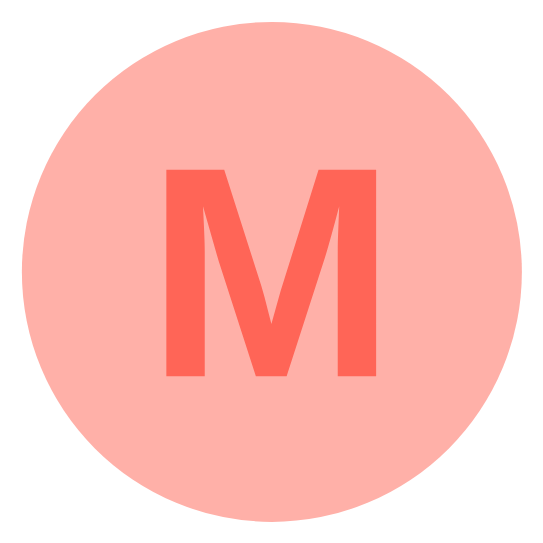
lideming/MusicCloud keeps this draw.io diagram as resources/app_icon.drawio. Above is the earlier version. Source tidied: cells renumbered, new cells numbered last; positions are measured from the earlier drawing's top-left corner, leaving out a move shared by most shapes. Both pictures are drawn from the tidied source at 125%, with x=0, y=0 at pixel (21, 21).
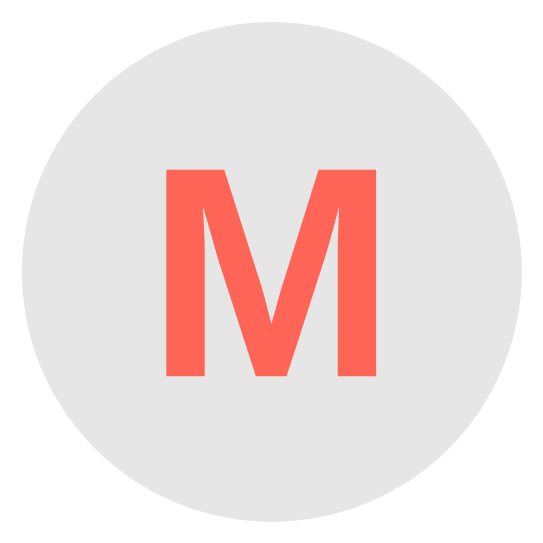
The same page after the edit.

Commit message (it also covers changes not shown here):
change app icon background

The edit, as a diff of the source:
```diff
@@
 <mxGraphModel>
   <root>
     <mxCell id="0" />
     <mxCell id="1" parent="0" />
-    <mxCell id="2" value="&lt;font style=&quot;font-size: 240px;&quot;&gt;M&lt;/font&gt;" style="ellipse;whiteSpace=wrap;html=1;fillColor=#FFB0A8;strokeColor=none;fontColor=#FF6557;fontSize=240;horizontal=1;fontStyle=1;" parent="1" vertex="1">
+    <mxCell id="2" value="&lt;font style=&quot;font-size: 240px;&quot;&gt;M&lt;/font&gt;" style="ellipse;whiteSpace=wrap;html=1;strokeColor=none;fontColor=#FF6557;fontSize=240;horizontal=1;fontStyle=1;fillColor=#E6E6E6;" parent="1" vertex="1">
       <mxGeometry width="400" height="400" as="geometry" />
     </mxCell>
   </root>
 </mxGraphModel>
```
